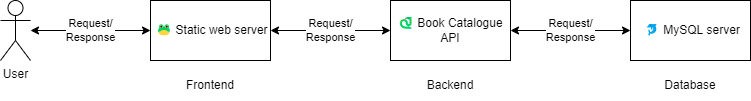
goFrendiAsgard/zaruba keeps this draw.io diagram as docs/use-cases/images/from-zero-to-cloud-architecture.png. Above is the earlier version. Source tidied: cells renumbered, new cells last; positions are measured from the earlier drawing's top-left corner, leaving out a move shared by most shapes.
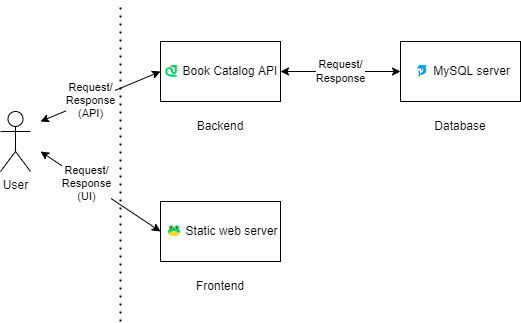
After the change.

The edit, as a diff of the source:
```diff
@@ -2,29 +2,23 @@
   <root>
     <mxCell id="0" />
     <mxCell id="1" parent="0" />
-    <mxCell id="2" value="🐍 Book Catalogue API" style="rounded=0;whiteSpace=wrap;html=1;" parent="1" vertex="1">
+    <mxCell id="2" value="🐍 Book Catalog API" style="rounded=0;whiteSpace=wrap;html=1;" parent="1" vertex="1">
       <mxGeometry x="390" width="120" height="60" as="geometry" />
     </mxCell>
     <mxCell id="3" value="&amp;nbsp;🐬 MySQL server" style="rounded=0;whiteSpace=wrap;html=1;" parent="1" vertex="1">
       <mxGeometry x="630" width="120" height="60" as="geometry" />
     </mxCell>
     <mxCell id="4" value="&amp;nbsp;🐸 Static web server" style="rounded=0;whiteSpace=wrap;html=1;" parent="1" vertex="1">
-      <mxGeometry x="150" width="120" height="60" as="geometry" />
+      <mxGeometry x="390" y="160" width="120" height="60" as="geometry" />
     </mxCell>
-    <mxCell id="5" value="Request/&lt;br&gt;Response" style="endArrow=classic;startArrow=classic;html=1;rounded=0;exitX=1;exitY=0.5;exitDx=0;exitDy=0;entryX=0;entryY=0.5;entryDx=0;entryDy=0;" parent="1" edge="1" source="4" target="2">
-      <mxGeometry relative="1" as="geometry" />
-    </mxCell>
     <mxCell id="6" value="Request/&lt;br&gt;Response" style="endArrow=classic;startArrow=classic;html=1;rounded=0;exitX=1;exitY=0.5;exitDx=0;exitDy=0;entryX=0;entryY=0.5;entryDx=0;entryDy=0;" parent="1" edge="1" source="2" target="3">
       <mxGeometry relative="1" as="geometry" />
     </mxCell>
     <mxCell id="7" value="User" style="shape=umlActor;verticalLabelPosition=bottom;verticalAlign=top;html=1;outlineConnect=0;" parent="1" vertex="1">
-      <mxGeometry width="30" height="60" as="geometry" />
+      <mxGeometry x="230" y="70" width="30" height="60" as="geometry" />
     </mxCell>
-    <mxCell id="8" value="Request/&lt;br&gt;Response" style="endArrow=classic;startArrow=classic;html=1;rounded=0;entryX=0;entryY=0.5;entryDx=0;entryDy=0;" parent="1" edge="1" source="7" target="4">
-      <mxGeometry relative="1" as="geometry" />
-    </mxCell>
     <mxCell id="9" value="Frontend" style="text;html=1;strokeColor=none;fillColor=none;align=center;verticalAlign=middle;whiteSpace=wrap;rounded=0;" parent="1" vertex="1">
-      <mxGeometry x="180" y="70" width="60" height="30" as="geometry" />
+      <mxGeometry x="420" y="230" width="60" height="30" as="geometry" />
     </mxCell>
     <mxCell id="10" value="Backend" style="text;html=1;strokeColor=none;fillColor=none;align=center;verticalAlign=middle;whiteSpace=wrap;rounded=0;" parent="1" vertex="1">
       <mxGeometry x="420" y="70" width="60" height="30" as="geometry" />
@@ -32,5 +26,27 @@
     <mxCell id="11" value="Database" style="text;html=1;strokeColor=none;fillColor=none;align=center;verticalAlign=middle;whiteSpace=wrap;rounded=0;" parent="1" vertex="1">
       <mxGeometry x="660" y="70" width="60" height="30" as="geometry" />
     </mxCell>
+    <mxCell id="12" style="endArrow=classic;startArrow=classic;html=1;rounded=0;entryX=0;entryY=0.5;entryDx=0;entryDy=0;" parent="1" edge="1" target="2">
+      <mxGeometry relative="1" as="geometry">
+        <mxPoint x="270" y="80" as="sourcePoint" />
+      </mxGeometry>
+    </mxCell>
+    <mxCell id="13" value="Request/&lt;br&gt;Response&lt;br&gt;(API)" style="edgeLabel;html=1;align=center;verticalAlign=middle;" parent="12" vertex="1">
+      <mxGeometry x="-0.17" y="1" relative="1" as="geometry" />
+    </mxCell>
+    <mxCell id="14" style="endArrow=classic;startArrow=classic;html=1;rounded=0;entryX=0;entryY=0.5;entryDx=0;entryDy=0;" parent="1" edge="1" target="4">
+      <mxGeometry relative="1" as="geometry">
+        <mxPoint x="270" y="110" as="sourcePoint" />
+      </mxGeometry>
+    </mxCell>
+    <mxCell id="15" value="Request/&lt;br&gt;Response&lt;br&gt;(UI)" style="edgeLabel;html=1;align=center;verticalAlign=middle;" parent="14" vertex="1">
+      <mxGeometry x="-0.24" y="-1" relative="1" as="geometry" />
+    </mxCell>
+    <mxCell id="16" style="endArrow=none;dashed=1;html=1;dashPattern=1 3;strokeWidth=2;rounded=0;" parent="1" edge="1">
+      <mxGeometry relative="1" as="geometry">
+        <mxPoint x="350" y="280" as="sourcePoint" />
+        <mxPoint x="350" y="-40" as="targetPoint" />
+      </mxGeometry>
+    </mxCell>
   </root>
 </mxGraphModel>
```
